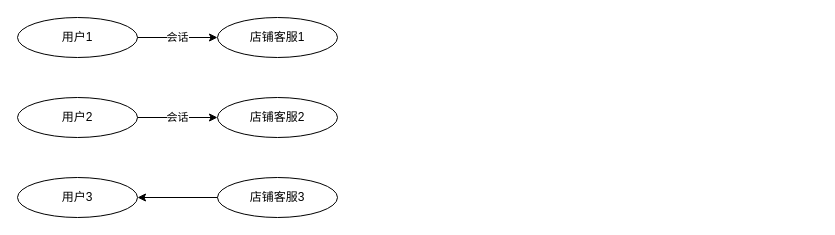
Before: Untitled Diagram.drawio in zscorpio/lolapidemo, a draw.io diagram. Source tidied: cells renumbered, new cells numbered last; positions are measured from the earlier drawing's top-left corner, leaving out a move shared by most shapes. Both pictures are drawn from the tidied source at 100%, with x=0, y=0 at pixel (17, 17).
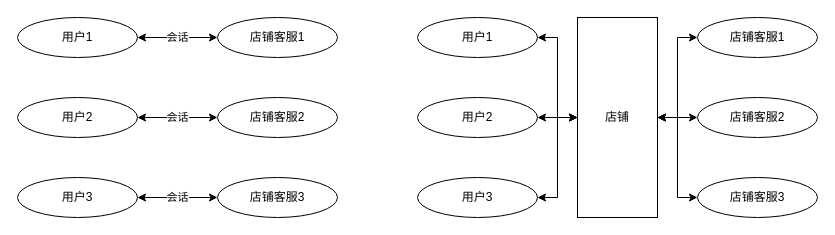
Above is the later version.

The change refers to these unchanged cells:
```xml
<mxCell id="3" style="ellipse;whiteSpace=wrap;html=1;" parent="2" vertex="1">
  <mxGeometry width="120" height="40" as="geometry" />
</mxCell>
<mxCell id="6" style="ellipse;whiteSpace=wrap;html=1;" parent="5" vertex="1">
  <mxGeometry width="120" height="40" as="geometry" />
</mxCell>
<mxCell id="9" style="ellipse;whiteSpace=wrap;html=1;" parent="8" vertex="1">
  <mxGeometry width="120" height="40" as="geometry" />
</mxCell>
<mxCell id="12" style="ellipse;whiteSpace=wrap;html=1;" parent="11" vertex="1">
  <mxGeometry width="120" height="40" as="geometry" />
</mxCell>
<mxCell id="15" style="ellipse;whiteSpace=wrap;html=1;" parent="14" vertex="1">
  <mxGeometry width="120" height="40" as="geometry" />
</mxCell>
<mxCell id="18" style="ellipse;whiteSpace=wrap;html=1;" parent="17" vertex="1">
  <mxGeometry width="120" height="40" as="geometry" />
</mxCell>
```

Change to the diagram source:
```diff
@@
-    <mxCell id="20" value="会话" style="edgeStyle=orthogonalEdgeStyle;rounded=0;jettySize=auto;html=1;exitX=1;exitY=0.5;exitDx=0;exitDy=0;" parent="1" edge="1" source="3" target="12">
+    <mxCell id="20" value="会话" style="edgeStyle=orthogonalEdgeStyle;rounded=0;jettySize=auto;html=1;exitX=1;exitY=0.5;exitDx=0;exitDy=0;startArrow=classic;startFill=1;" parent="1" edge="1" source="3" target="12">
       <mxGeometry relative="1" as="geometry" />
     </mxCell>
-    <mxCell id="21" value="会话" style="edgeStyle=orthogonalEdgeStyle;rounded=0;jettySize=auto;html=1;exitX=1;exitY=0.5;exitDx=0;exitDy=0;" parent="1" edge="1" source="6" target="15">
+    <mxCell id="21" value="会话" style="edgeStyle=orthogonalEdgeStyle;rounded=0;jettySize=auto;html=1;exitX=1;exitY=0.5;exitDx=0;exitDy=0;startArrow=classic;startFill=1;" parent="1" edge="1" source="6" target="15">
       <mxGeometry relative="1" as="geometry" />
     </mxCell>
-    <mxCell id="22" style="edgeStyle=orthogonalEdgeStyle;rounded=0;jettySize=auto;html=1;exitX=0;exitY=0.5;exitDx=0;exitDy=0;entryX=1;entryY=0.5;entryDx=0;entryDy=0;" parent="1" edge="1" source="18" target="9">
+    <mxCell id="22" value="会话" style="edgeStyle=orthogonalEdgeStyle;rounded=0;jettySize=auto;html=1;exitX=0;exitY=0.5;exitDx=0;exitDy=0;entryX=1;entryY=0.5;entryDx=0;entryDy=0;startArrow=classic;startFill=1;" parent="1" edge="1" source="18" target="9">
       <mxGeometry relative="1" as="geometry" />
     </mxCell>
+    <mxCell id="23" style="group;" parent="1" vertex="1">
+      <mxGeometry x="400" width="120" height="40" as="geometry" />
+    </mxCell>
+    <mxCell id="24" style="ellipse;whiteSpace=wrap;html=1;" parent="23" vertex="1">
+      <mxGeometry width="120" height="40" as="geometry" />
+    </mxCell>
+    <mxCell id="25" value="用户1" style="text;html=1;strokeColor=none;fillColor=none;align=center;verticalAlign=middle;whiteSpace=wrap;rounded=0;" parent="23" vertex="1">
+      <mxGeometry x="40" y="10" width="40" height="20" as="geometry" />
+    </mxCell>
+    <mxCell id="26" style="group;" parent="1" vertex="1">
+      <mxGeometry x="400" y="80" width="120" height="40" as="geometry" />
+    </mxCell>
+    <mxCell id="27" style="ellipse;whiteSpace=wrap;html=1;" parent="26" vertex="1">
+      <mxGeometry width="120" height="40" as="geometry" />
+    </mxCell>
+    <mxCell id="28" value="用户2" style="text;html=1;strokeColor=none;fillColor=none;align=center;verticalAlign=middle;whiteSpace=wrap;rounded=0;" parent="26" vertex="1">
+      <mxGeometry x="40" y="10" width="40" height="20" as="geometry" />
+    </mxCell>
+    <mxCell id="29" style="group;" parent="1" vertex="1">
+      <mxGeometry x="400" y="160" width="120" height="40" as="geometry" />
+    </mxCell>
+    <mxCell id="30" style="ellipse;whiteSpace=wrap;html=1;" parent="29" vertex="1">
+      <mxGeometry width="120" height="40" as="geometry" />
+    </mxCell>
+    <mxCell id="31" value="用户3" style="text;html=1;strokeColor=none;fillColor=none;align=center;verticalAlign=middle;whiteSpace=wrap;rounded=0;" parent="29" vertex="1">
+      <mxGeometry x="40" y="10" width="40" height="20" as="geometry" />
+    </mxCell>
+    <mxCell id="32" style="edgeStyle=orthogonalEdgeStyle;rounded=0;jettySize=auto;html=1;exitX=0;exitY=0.5;exitDx=0;exitDy=0;entryX=1;entryY=0.5;entryDx=0;entryDy=0;startArrow=classic;startFill=1;" parent="1" edge="1" source="33" target="40">
+      <mxGeometry relative="1" as="geometry" />
+    </mxCell>
+    <mxCell id="33" value="&lt;span style=&quot;color: rgb(0 , 0 , 0) ; font-family: &amp;#34;helvetica&amp;#34; ; font-size: 12px ; font-style: normal ; font-weight: 400 ; letter-spacing: normal ; text-align: center ; text-indent: 0px ; text-transform: none ; word-spacing: 0px ; background-color: rgb(248 , 249 , 250) ; display: inline ; float: none&quot;&gt;店铺客服1&lt;/span&gt;" style="ellipse;whiteSpace=wrap;html=1;" parent="1" vertex="1">
+      <mxGeometry x="680" width="120" height="40" as="geometry" />
+    </mxCell>
+    <mxCell id="34" style="group;" parent="1" vertex="1">
+      <mxGeometry x="680" y="80" width="120" height="40" as="geometry" />
+    </mxCell>
+    <mxCell id="35" style="ellipse;whiteSpace=wrap;html=1;" parent="34" vertex="1">
+      <mxGeometry width="120" height="40" as="geometry" />
+    </mxCell>
+    <mxCell id="36" value="店铺客服2" style="text;html=1;strokeColor=none;fillColor=none;align=center;verticalAlign=middle;whiteSpace=wrap;rounded=0;" parent="34" vertex="1">
+      <mxGeometry x="30" y="10" width="60" height="20" as="geometry" />
+    </mxCell>
+    <mxCell id="37" style="group;" parent="1" vertex="1">
+      <mxGeometry x="680" y="160" width="120" height="40" as="geometry" />
+    </mxCell>
+    <mxCell id="38" style="ellipse;whiteSpace=wrap;html=1;" parent="37" vertex="1">
+      <mxGeometry width="120" height="40" as="geometry" />
+    </mxCell>
+    <mxCell id="39" value="店铺客服3" style="text;html=1;strokeColor=none;fillColor=none;align=center;verticalAlign=middle;whiteSpace=wrap;rounded=0;" parent="37" vertex="1">
+      <mxGeometry x="30" y="10" width="60" height="20" as="geometry" />
+    </mxCell>
+    <mxCell id="40" style="rounded=0;whiteSpace=wrap;html=1;" parent="1" vertex="1">
+      <mxGeometry x="560" width="80" height="200" as="geometry" />
+    </mxCell>
+    <mxCell id="41" value="店铺" style="text;html=1;strokeColor=none;fillColor=none;align=center;verticalAlign=middle;whiteSpace=wrap;rounded=0;" parent="1" vertex="1">
+      <mxGeometry x="580" y="90" width="40" height="20" as="geometry" />
+    </mxCell>
+    <mxCell id="42" style="edgeStyle=orthogonalEdgeStyle;rounded=0;jettySize=auto;html=1;exitX=1;exitY=0.5;exitDx=0;exitDy=0;startArrow=classic;startFill=1;" parent="1" edge="1" source="24" target="40">
+      <mxGeometry relative="1" as="geometry" />
+    </mxCell>
+    <mxCell id="43" style="edgeStyle=orthogonalEdgeStyle;rounded=0;jettySize=auto;html=1;exitX=1;exitY=0.5;exitDx=0;exitDy=0;startArrow=classic;startFill=1;" parent="1" edge="1" source="27">
+      <mxGeometry relative="1" as="geometry">
+        <mxPoint x="560" y="100" as="targetPoint" />
+      </mxGeometry>
+    </mxCell>
+    <mxCell id="44" style="edgeStyle=orthogonalEdgeStyle;rounded=0;jettySize=auto;html=1;exitX=1;exitY=0.5;exitDx=0;exitDy=0;startArrow=classic;startFill=1;" parent="1" edge="1" source="30" target="40">
+      <mxGeometry relative="1" as="geometry" />
+    </mxCell>
+    <mxCell id="45" style="edgeStyle=orthogonalEdgeStyle;rounded=0;jettySize=auto;html=1;exitX=0;exitY=0.5;exitDx=0;exitDy=0;startArrow=classic;startFill=1;" parent="1" edge="1" source="35">
+      <mxGeometry relative="1" as="geometry">
+        <mxPoint x="640" y="100" as="targetPoint" />
+      </mxGeometry>
+    </mxCell>
+    <mxCell id="46" style="edgeStyle=orthogonalEdgeStyle;rounded=0;jettySize=auto;html=1;exitX=0;exitY=0.5;exitDx=0;exitDy=0;entryX=1;entryY=0.5;entryDx=0;entryDy=0;startArrow=classic;startFill=1;" parent="1" edge="1" source="38" target="40">
+      <mxGeometry relative="1" as="geometry" />
+    </mxCell>
```
